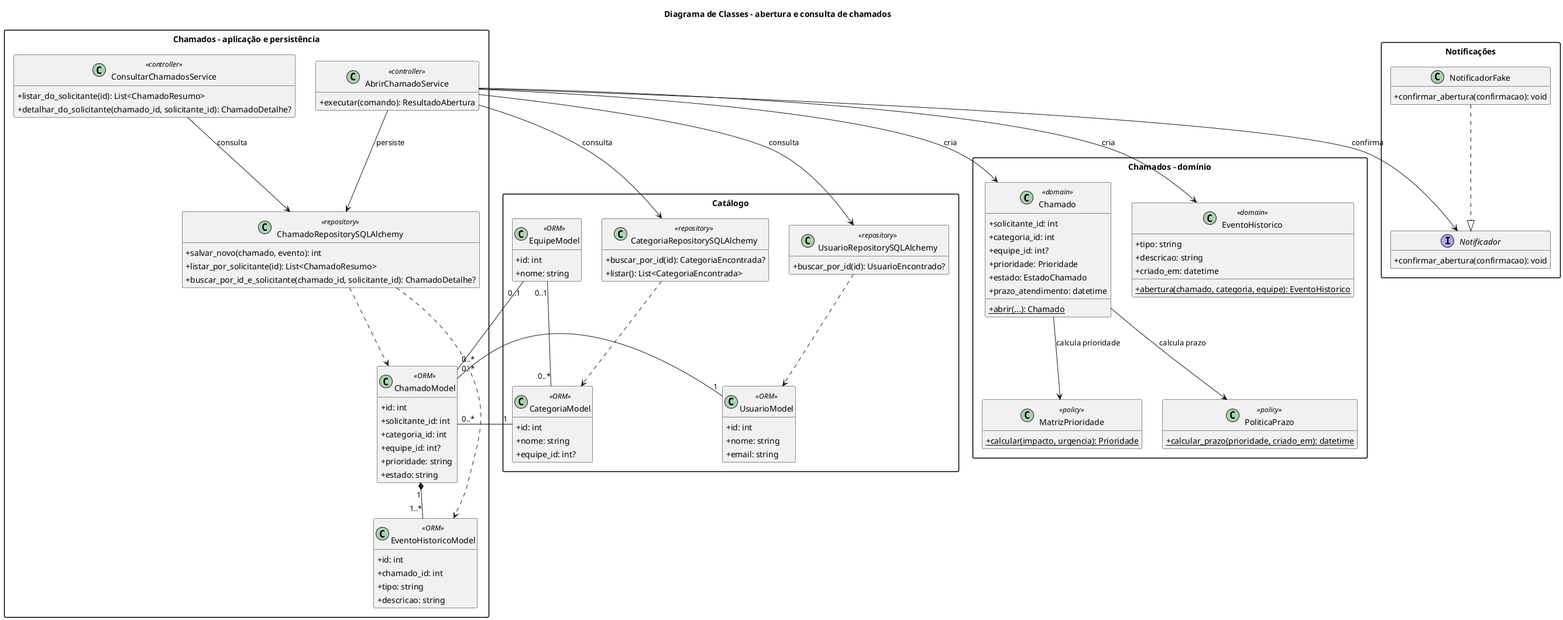
This is docs/diagramas/classes.png from ricardobacano/Trabalho-Design-, a PlantUML export, as it was before one commit.
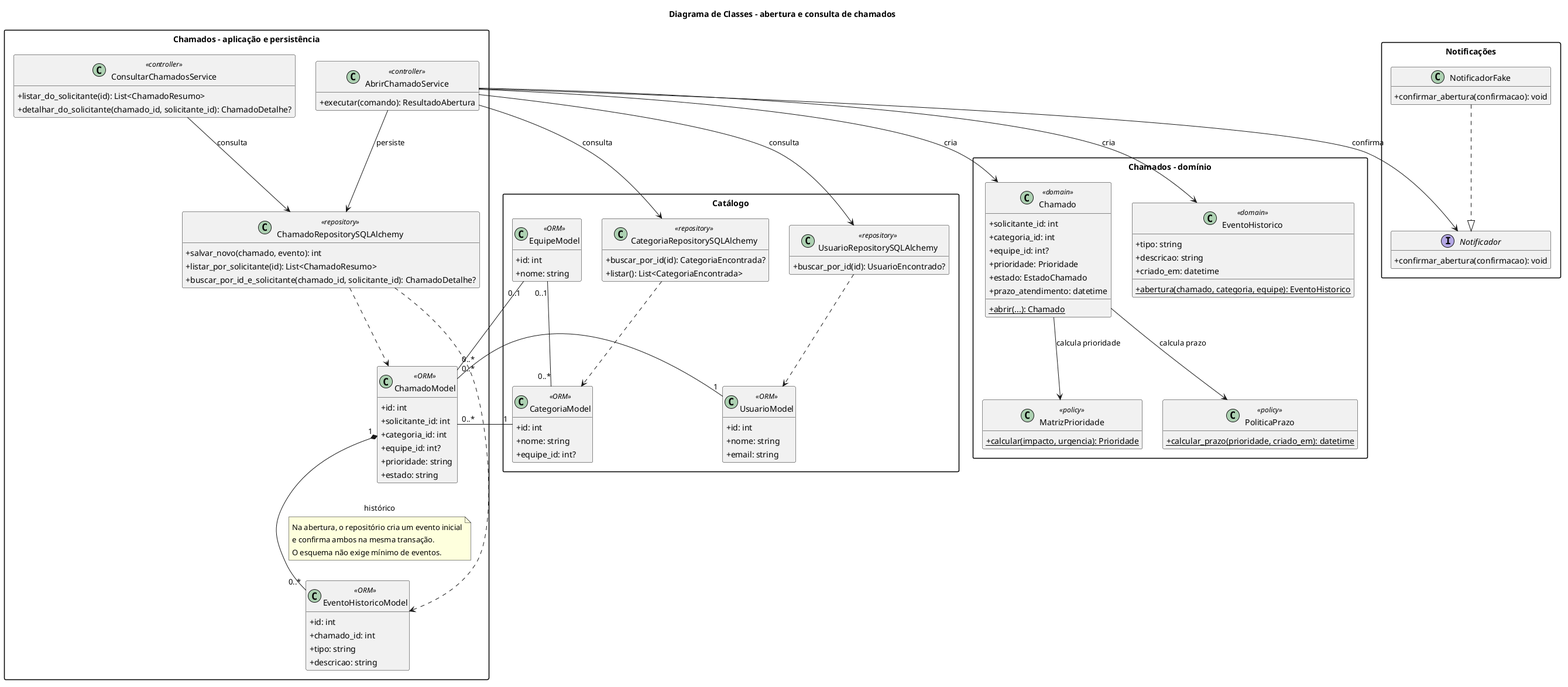
The same diagram one commit later.

What changed in the source:
```diff
@@ -106,7 +106,12 @@
 CategoriaModel "1" -- "0..*" ChamadoModel
 EquipeModel "0..1" -- "0..*" CategoriaModel
 EquipeModel "0..1" -- "0..*" ChamadoModel
-ChamadoModel "1" *-- "1..*" EventoHistoricoModel
+ChamadoModel "1" *-- "0..*" EventoHistoricoModel : histórico
+note on link
+  Na abertura, o repositório cria um evento inicial
+  e confirma ambos na mesma transação.
+  O esquema não exige mínimo de eventos.
+end note
 
 AbrirChamadoService --> CategoriaRepositorySQLAlchemy : consulta
 AbrirChamadoService --> UsuarioRepositorySQLAlchemy : consulta
```
